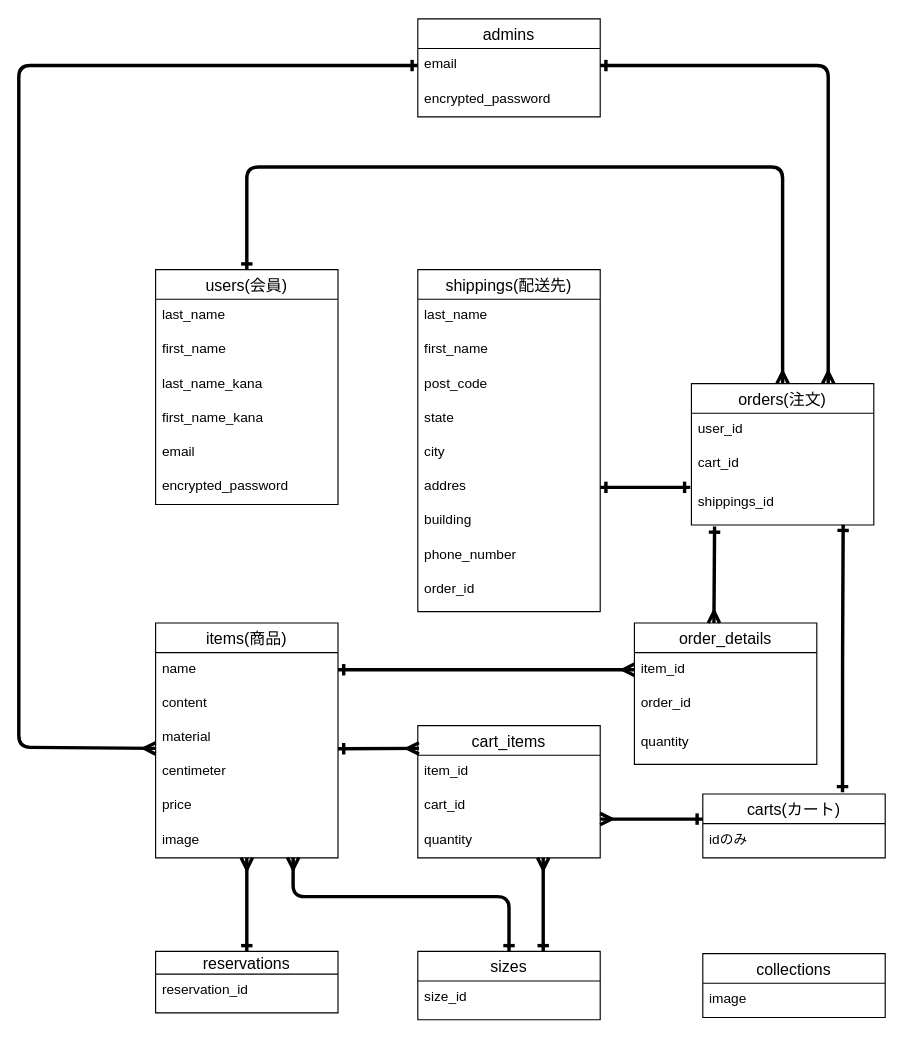
The draw.io diagram er.dio in ap0424ts/nuax_official, before the edit. Source tidied: cells renumbered, new cells numbered last; positions are measured from the earlier drawing's top-left corner, leaving out a move shared by most shapes. Both pictures are drawn from the tidied source at 114%, with x=0, y=0 at pixel (18, 18).
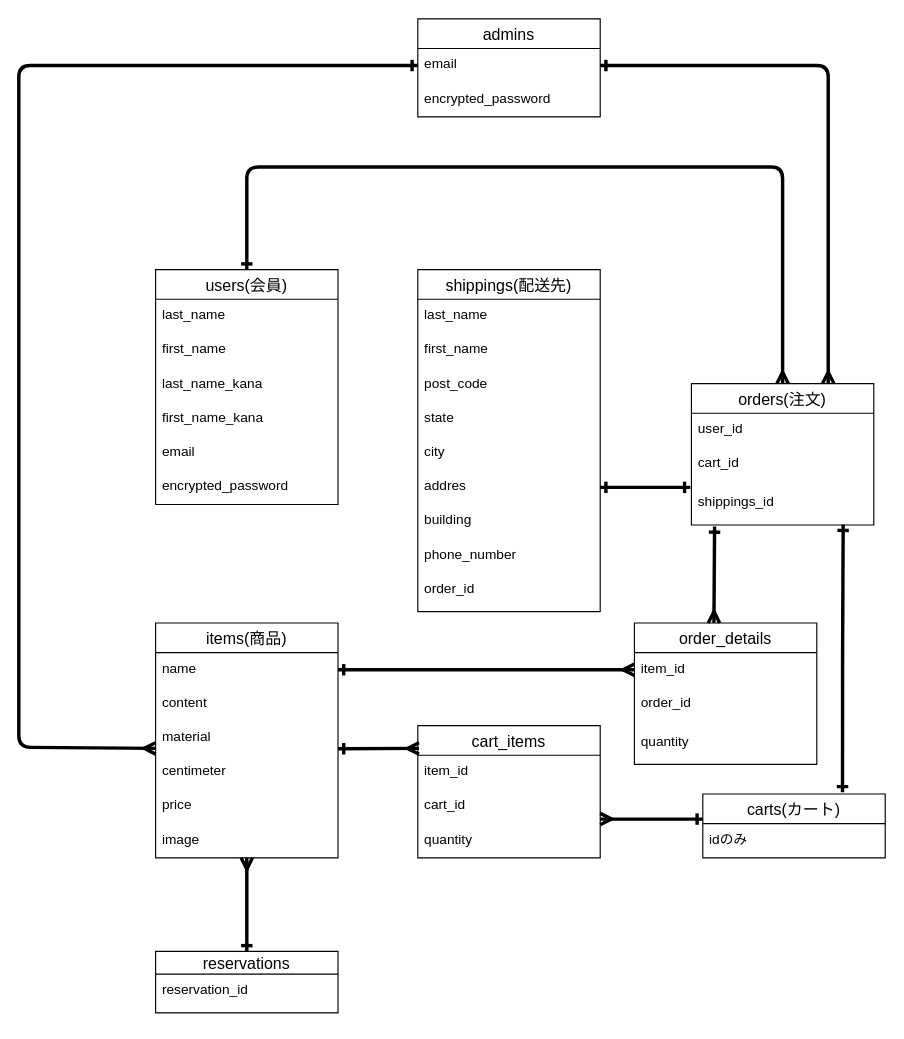
After the change.

Unchanged cells that the change refers to:
```xml
<mxCell id="15" value="image" style="text;strokeColor=none;fillColor=none;spacingLeft=4;spacingRight=4;overflow=hidden;points=[[0,0.5],[1,0.5]];portConstraint=eastwest;fontSize=12;" parent="9" vertex="1">
  <mxGeometry y="176" width="160" height="30" as="geometry" />
</mxCell>
```

What changed in the source:
```diff
@@
-    <mxCell id="26" value="sizes" style="swimlane;fontStyle=0;horizontal=1;startSize=26;align=center;fontSize=14;" parent="1" vertex="1">
-      <mxGeometry x="350" y="818" width="160" height="60" as="geometry" />
-    </mxCell>
-    <mxCell id="27" value="size_id" style="text;strokeColor=none;fillColor=none;spacingLeft=4;spacingRight=4;overflow=hidden;fontSize=12;" parent="26" vertex="1">
-      <mxGeometry y="26" width="160" height="34" as="geometry" />
-    </mxCell>
@@
-    <mxCell id="32" value="collections" style="swimlane;fontStyle=0;horizontal=1;startSize=26;align=center;fontSize=14;" parent="1" vertex="1">
-      <mxGeometry x="600" y="820" width="160" height="56" as="geometry" />
-    </mxCell>
-    <mxCell id="33" value="image" style="text;strokeColor=none;fillColor=none;spacingLeft=4;spacingRight=4;overflow=hidden;fontSize=12;" parent="32" vertex="1">
-      <mxGeometry y="26" width="160" height="30" as="geometry" />
-    </mxCell>
@@
-    <mxCell id="52" style="fontSize=12;html=1;endArrow=ERmany;startArrow=ERone;strokeWidth=3;startFill=0;edgeStyle=orthogonalEdgeStyle;entryX=0.754;entryY=0.991;entryDx=0;entryDy=0;entryPerimeter=0;exitX=0.5;exitY=0;exitDx=0;exitDy=0;" parent="1" edge="1" source="26" target="15">
-      <mxGeometry relative="1" as="geometry">
-        <Array as="points">
-          <mxPoint x="430" y="770" />
-          <mxPoint x="241" y="770" />
-        </Array>
-      </mxGeometry>
-    </mxCell>
@@
-    <mxCell id="58" style="fontSize=12;html=1;endArrow=ERmany;startArrow=ERone;strokeWidth=3;startFill=0;entryX=0.5;entryY=1;entryDx=0;entryDy=0;exitX=0.5;exitY=0;exitDx=0;exitDy=0;" parent="1" edge="1">
-      <mxGeometry relative="1" as="geometry">
-        <mxPoint x="460" y="818" as="sourcePoint" />
-        <mxPoint x="460" y="736" as="targetPoint" />
-      </mxGeometry>
-    </mxCell>
```
